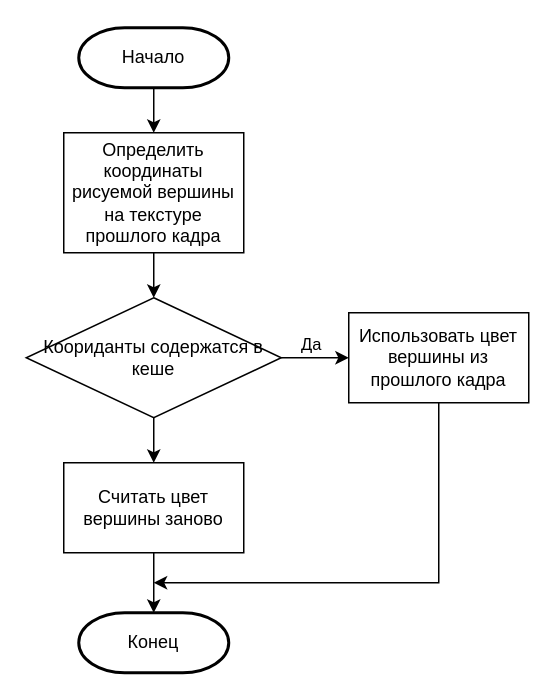
The draw.io diagram docs/inc/rrc.drawio in Holodome/voxel-water, before the edit. Source tidied: cells renumbered, new cells numbered last; positions are measured from the earlier drawing's top-left corner, leaving out a move shared by most shapes. Both pictures are drawn from the tidied source at 150%, with x=0, y=0 at pixel (26, 27).
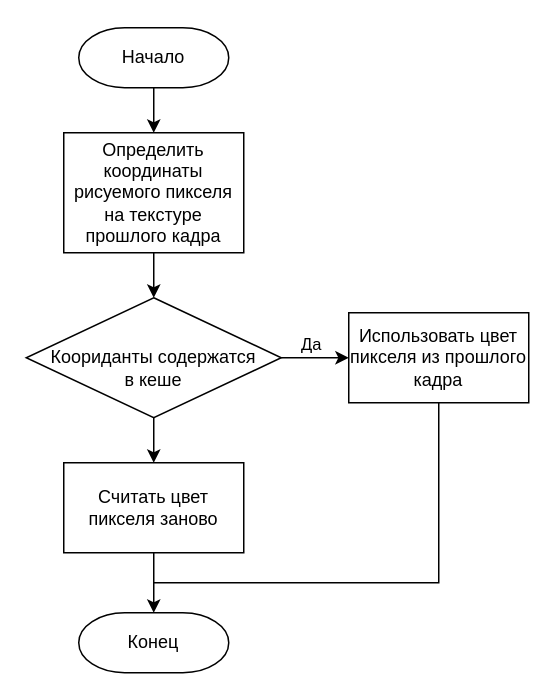
Above is the later version.

Change to the diagram source:
```diff
@@
 <mxGraphModel>
   <root>
     <mxCell id="0" />
     <mxCell id="1" parent="0" />
     <mxCell id="2" style="edgeStyle=orthogonalEdgeStyle;rounded=0;jettySize=auto;html=1;exitX=0.5;exitY=1;exitDx=0;exitDy=0;exitPerimeter=0;entryX=0.5;entryY=0;entryDx=0;entryDy=0;" parent="1" edge="1" source="3" target="5">
       <mxGeometry relative="1" as="geometry" />
     </mxCell>
-    <mxCell id="3" value="Начало" style="strokeWidth=2;html=1;shape=mxgraph.flowchart.terminator;whiteSpace=wrap;" parent="1" vertex="1">
+    <mxCell id="3" value="Начало" style="strokeWidth=1;html=1;shape=mxgraph.flowchart.terminator;whiteSpace=wrap;" parent="1" vertex="1">
       <mxGeometry x="35" width="100" height="40" as="geometry" />
     </mxCell>
     <mxCell id="4" style="edgeStyle=orthogonalEdgeStyle;rounded=0;jettySize=auto;html=1;exitX=0.5;exitY=1;exitDx=0;exitDy=0;entryX=0.5;entryY=0;entryDx=0;entryDy=0;" parent="1" edge="1" source="5" target="9">
       <mxGeometry relative="1" as="geometry" />
     </mxCell>
-    <mxCell id="5" value="Определить координаты рисуемой вершины на текстуре прошлого кадра" style="rounded=0;whiteSpace=wrap;html=1;" parent="1" vertex="1">
+    <mxCell id="5" value="Определить координаты рисуемого пикселя на текстуре прошлого кадра" style="rounded=0;whiteSpace=wrap;html=1;" parent="1" vertex="1">
       <mxGeometry x="25" y="70" width="120" height="80" as="geometry" />
     </mxCell>
     <mxCell id="6" style="edgeStyle=orthogonalEdgeStyle;rounded=0;jettySize=auto;html=1;exitX=1;exitY=0.5;exitDx=0;exitDy=0;entryX=0;entryY=0.5;entryDx=0;entryDy=0;" parent="1" edge="1" source="9" target="11">
       <mxGeometry relative="1" as="geometry" />
     </mxCell>
     <mxCell id="7" value="Да" style="edgeLabel;html=1;align=center;verticalAlign=middle;" parent="6" vertex="1">
       <mxGeometry x="0.2" y="-1" relative="1" as="geometry">
         <mxPoint x="-8" y="-11" as="offset" />
       </mxGeometry>
     </mxCell>
     <mxCell id="8" style="edgeStyle=orthogonalEdgeStyle;rounded=0;jettySize=auto;html=1;exitX=0.5;exitY=1;exitDx=0;exitDy=0;entryX=0.5;entryY=0;entryDx=0;entryDy=0;" parent="1" edge="1" source="9" target="13">
       <mxGeometry relative="1" as="geometry" />
     </mxCell>
-    <mxCell id="9" value="Коориданты содержатся в кеше" style="rhombus;whiteSpace=wrap;html=1;" parent="1" vertex="1">
+    <mxCell id="9" value="&lt;br&gt;Коориданты содержатся &lt;br&gt;в кеше" style="rhombus;whiteSpace=wrap;html=1;" parent="1" vertex="1">
       <mxGeometry y="180" width="170" height="80" as="geometry" />
     </mxCell>
-    <mxCell id="10" style="edgeStyle=orthogonalEdgeStyle;rounded=0;jettySize=auto;html=1;exitX=0.5;exitY=1;exitDx=0;exitDy=0;" parent="1" edge="1" source="11">
+    <mxCell id="10" style="edgeStyle=orthogonalEdgeStyle;rounded=0;jettySize=auto;html=1;exitX=0.5;exitY=1;exitDx=0;exitDy=0;endArrow=none;endFill=0;" parent="1" edge="1" source="11">
       <mxGeometry relative="1" as="geometry">
         <mxPoint x="85" y="370" as="targetPoint" />
         <Array as="points">
           <mxPoint x="275" y="370" />
         </Array>
       </mxGeometry>
     </mxCell>
-    <mxCell id="11" value="Использовать цвет вершины из прошлого кадра" style="rounded=0;whiteSpace=wrap;html=1;" parent="1" vertex="1">
+    <mxCell id="11" value="Использовать цвет пикселя из прошлого кадра" style="rounded=0;whiteSpace=wrap;html=1;" parent="1" vertex="1">
       <mxGeometry x="215" y="190" width="120" height="60" as="geometry" />
     </mxCell>
     <mxCell id="12" style="edgeStyle=orthogonalEdgeStyle;rounded=0;jettySize=auto;html=1;exitX=0.5;exitY=1;exitDx=0;exitDy=0;entryX=0.5;entryY=0;entryDx=0;entryDy=0;entryPerimeter=0;" parent="1" edge="1" source="13" target="14">
       <mxGeometry relative="1" as="geometry" />
     </mxCell>
-    <mxCell id="13" value="Считать цвет вершины заново" style="rounded=0;whiteSpace=wrap;html=1;" parent="1" vertex="1">
+    <mxCell id="13" value="Считать цвет пикселя заново" style="rounded=0;whiteSpace=wrap;html=1;" parent="1" vertex="1">
       <mxGeometry x="25" y="290" width="120" height="60" as="geometry" />
     </mxCell>
-    <mxCell id="14" value="Конец" style="strokeWidth=2;html=1;shape=mxgraph.flowchart.terminator;whiteSpace=wrap;" parent="1" vertex="1">
+    <mxCell id="14" value="Конец" style="strokeWidth=1;html=1;shape=mxgraph.flowchart.terminator;whiteSpace=wrap;" parent="1" vertex="1">
       <mxGeometry x="35" y="390" width="100" height="40" as="geometry" />
     </mxCell>
   </root>
 </mxGraphModel>
```
